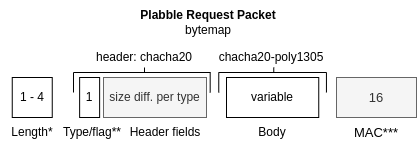
Before: img/transport-request-bytemap.drawio.png, a diagram exported from draw.io (plabble/plabble.github.io). Source tidied: cells renumbered, new cells last; positions are measured from the earlier drawing's top-left corner, leaving out a move shared by most shapes.
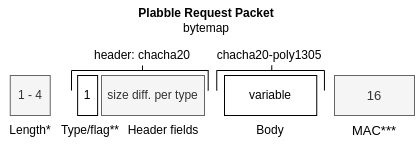
The same file after the commit.

The edit, as a diff of the source:
```diff
@@ -5,7 +5,7 @@
     <mxCell id="2" value="Plabble Request Packet&lt;br&gt;&lt;span style=&quot;font-weight: normal&quot;&gt;bytemap&lt;/span&gt;" style="text;html=1;strokeColor=none;fillColor=none;align=center;verticalAlign=middle;whiteSpace=wrap;rounded=0;fontStyle=1;" parent="1" vertex="1">
       <mxGeometry x="101" width="210" height="40" as="geometry" />
     </mxCell>
-    <mxCell id="3" value="1 - 4" style="rounded=0;whiteSpace=wrap;html=1;" parent="1" vertex="1">
+    <mxCell id="3" value="1 - 4" style="rounded=0;whiteSpace=wrap;html=1;fillColor=#f5f5f5;fontColor=#333333;strokeColor=#666666;" parent="1" vertex="1">
       <mxGeometry x="9.8" y="75" width="40" height="40" as="geometry" />
     </mxCell>
     <mxCell id="4" value="Length*" style="text;html=1;strokeColor=none;fillColor=none;align=center;verticalAlign=middle;whiteSpace=wrap;rounded=0;" parent="1" vertex="1">
```
